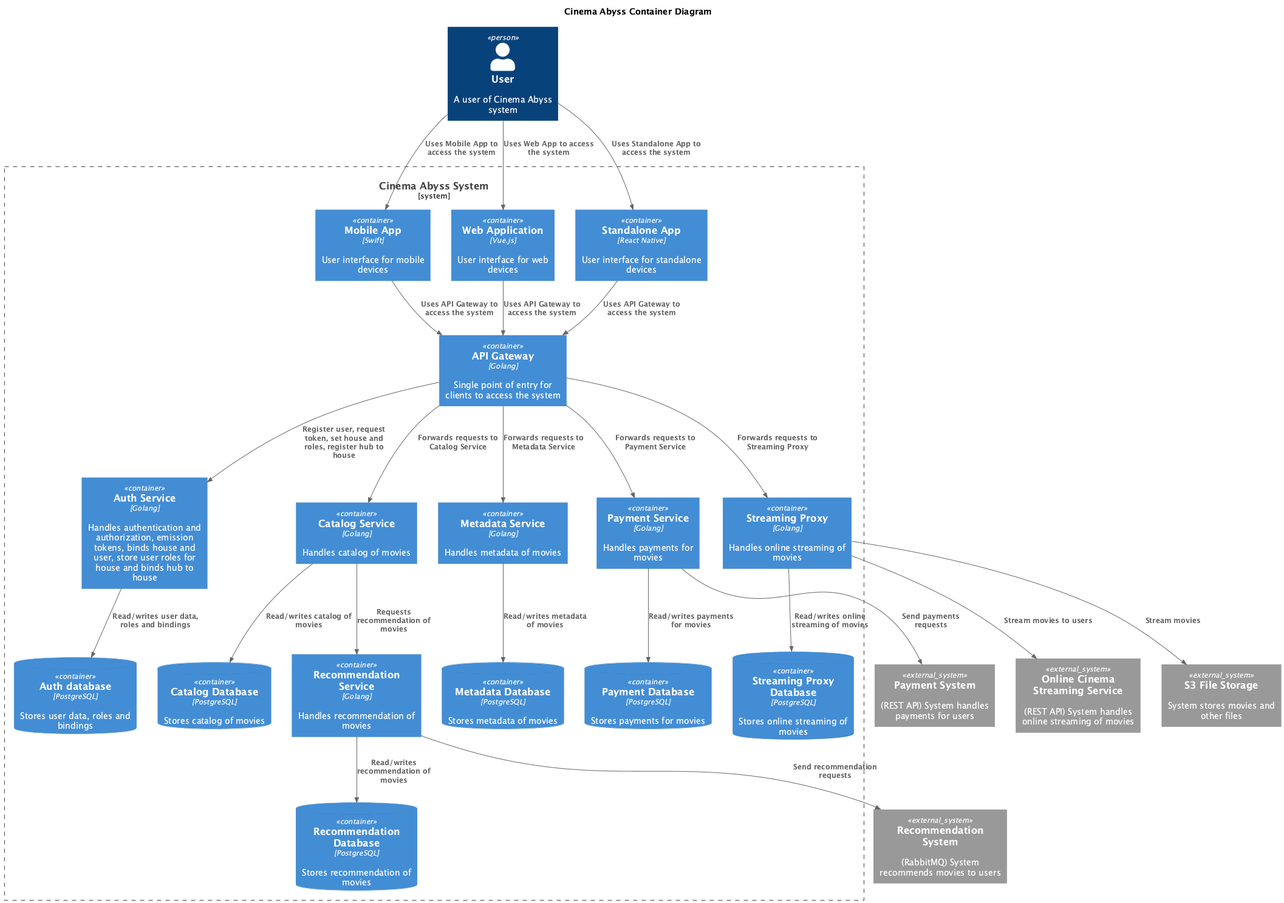
Earlier version of the PlantUML export schemes/Container.png (catinapoke/project-cinemaabyss). Source of this version:
```plantuml
@startuml
title Cinema Abyss Container Diagram

top to bottom direction
!includeurl https://raw.githubusercontent.com/RicardoNiepel/C4-PlantUML/master/C4_Container.puml


Person(User, "User", "A user of Cinema Abyss system")

System_Ext(RecommendationSystem, "Recommendation System", "(RabbitMQ) System recommends movies to users")
System_Ext(PaymentSystem, "Payment System", "(REST API) System handles payments for users")
System_Ext(OnlineStreamingService, "Online Cinema Streaming Service", "(REST API) System handles online streaming of movies")
System_Ext(FileStorage, "S3 File Storage", "System stores movies and other files")

System_Boundary(CinemaAbyss, "Cinema Abyss System") {
  Container(MobileApp, "Mobile App", "Swift", "User interface for mobile devices")
  Container(WebApp, "Web Application", "Vue.js", "User interface for web devices")
  Container(StandaloneApp, "Standalone App", "React Native", "User interface for standalone devices")

  Container(APIGateway, "API Gateway", "Golang", "Single point of entry for clients to access the system")

  Container(AuthService, "Auth Service", "Golang", "Handles authentication and authorization, emission tokens, binds house and user, store user roles for house and binds hub to house")
  ContainerDb(AuthDatabase, "Auth database", "PostgreSQL", "Stores user data, roles and bindings")


  Container(CatalogService, "Catalog Service", "Golang", "Handles catalog of movies")
  ContainerDb(CatalogDatabase, "Catalog Database", "PostgreSQL", "Stores catalog of movies")

  Container(MetadataService, "Metadata Service", "Golang", "Handles metadata of movies")
  ContainerDb(MetadataDatabase, "Metadata Database", "PostgreSQL", "Stores metadata of movies")

  Container(RecommendationService, "Recommendation Service", "Golang", "Handles recommendation of movies")
  ContainerDb(RecommendationDatabase, "Recommendation Database", "PostgreSQL", "Stores recommendation of movies")

  Container(PaymentService, "Payment Service", "Golang", "Handles payments for movies")
  ContainerDb(PaymentDatabase, "Payment Database", "PostgreSQL", "Stores payments for movies")

  Container(StreamingProxy, "Streaming Proxy", "Golang", "Handles online streaming of movies")
  ContainerDb(StreamingProxyDatabase, "Streaming Proxy Database", "PostgreSQL", "Stores online streaming of movies")
}

Rel(User, MobileApp, "Uses Mobile App to access the system")
Rel(User, WebApp, "Uses Web App to access the system")
Rel(User, StandaloneApp, "Uses Standalone App to access the system")

Rel(WebApp, APIGateway, "Uses API Gateway to access the system")
Rel(MobileApp, APIGateway, "Uses API Gateway to access the system")
Rel(StandaloneApp, APIGateway, "Uses API Gateway to access the system")

Rel(APIGateway, AuthService, "Register user, request token, set house and roles, register hub to house")
Rel(APIGateway, MetadataService, "Forwards requests to Metadata Service")
Rel(APIGateway, CatalogService, "Forwards requests to Catalog Service")
Rel(APIGateway, PaymentService, "Forwards requests to Payment Service")
Rel(APIGateway, StreamingProxy, "Forwards requests to Streaming Proxy")

Rel(CatalogService, RecommendationService, "Requests recommendation of movies")

Rel(AuthService, AuthDatabase, "Read/writes user data, roles and bindings")
Rel(MetadataService, MetadataDatabase, "Read/writes metadata of movies")
Rel(RecommendationService, RecommendationDatabase, "Read/writes recommendation of movies")
Rel(PaymentService, PaymentDatabase, "Read/writes payments for movies")
Rel(StreamingProxy, StreamingProxyDatabase, "Read/writes online streaming of movies")
Rel(CatalogService, CatalogDatabase, "Read/writes catalog of movies")

Rel(StreamingProxy, FileStorage, "Stream movies")
Rel(StreamingProxy, OnlineStreamingService, "Stream movies to users")

Rel(PaymentService, PaymentSystem, "Send payments requests")
Rel(RecommendationService, RecommendationSystem, "Send recommendation requests")
@enduml
```
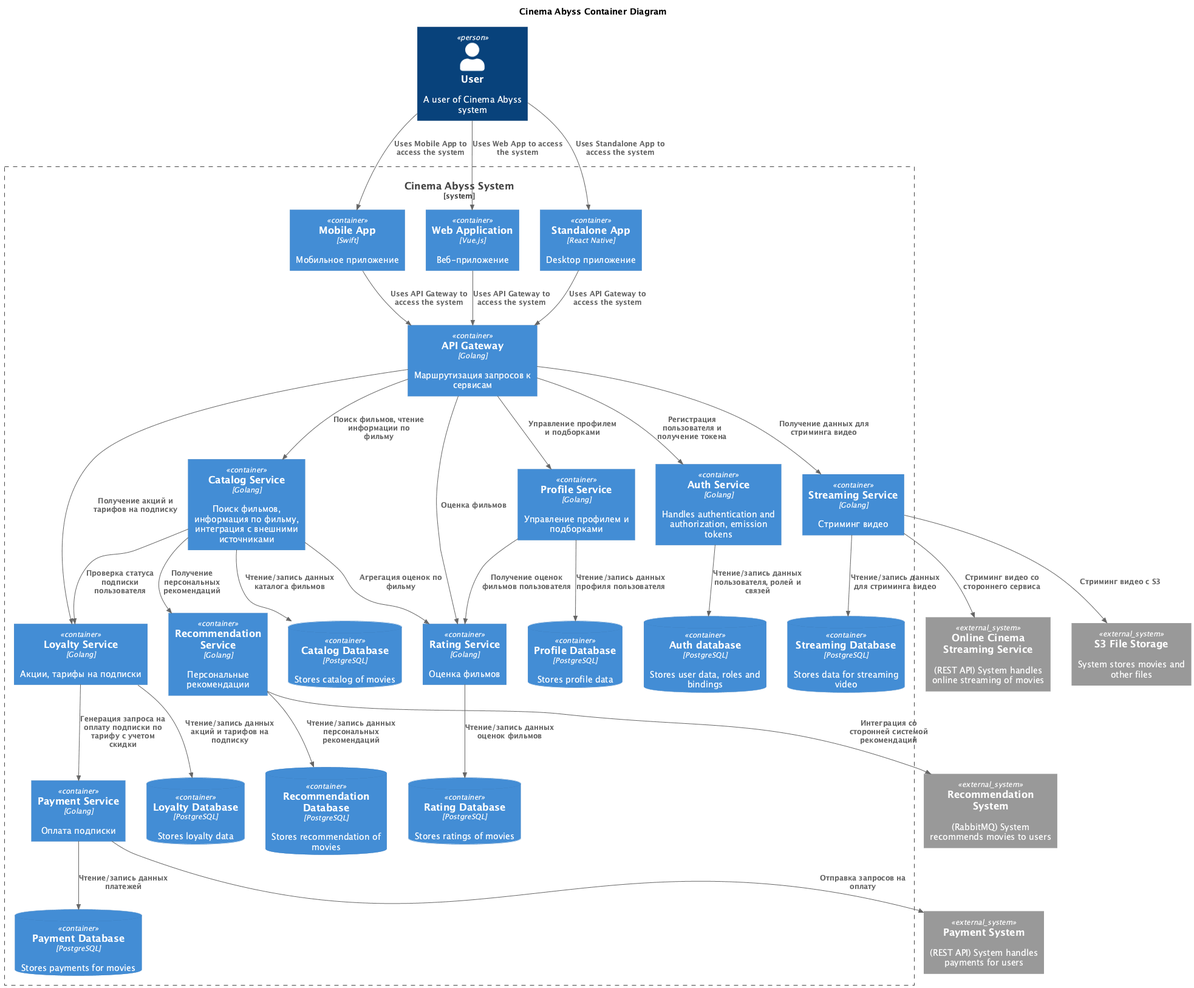
After the commit.

Commit message:
Поправил уровень контейнеров

The edit, as a diff of the source:
```diff
@@ -3,7 +3,6 @@
 
 top to bottom direction
 !includeurl https://raw.githubusercontent.com/RicardoNiepel/C4-PlantUML/master/C4_Container.puml
-
 
 Person(User, "User", "A user of Cinema Abyss system")
 
@@ -12,31 +11,37 @@
 System_Ext(OnlineStreamingService, "Online Cinema Streaming Service", "(REST API) System handles online streaming of movies")
 System_Ext(FileStorage, "S3 File Storage", "System stores movies and other files")
 
+
 System_Boundary(CinemaAbyss, "Cinema Abyss System") {
-  Container(MobileApp, "Mobile App", "Swift", "User interface for mobile devices")
-  Container(WebApp, "Web Application", "Vue.js", "User interface for web devices")
-  Container(StandaloneApp, "Standalone App", "React Native", "User interface for standalone devices")
+  Container(MobileApp, "Mobile App", "Swift", "Мобильное приложение")
+  Container(WebApp, "Web Application", "Vue.js", "Веб-приложение")
+  Container(StandaloneApp, "Standalone App", "React Native", "Desktop приложение")
 
-  Container(APIGateway, "API Gateway", "Golang", "Single point of entry for clients to access the system")
+  Container(APIGateway, "API Gateway", "Golang", "Маршрутизация запросов к сервисам")
 
-  Container(AuthService, "Auth Service", "Golang", "Handles authentication and authorization, emission tokens, binds house and user, store user roles for house and binds hub to house")
-  ContainerDb(AuthDatabase, "Auth database", "PostgreSQL", "Stores user data, roles and bindings")
-
-
-  Container(CatalogService, "Catalog Service", "Golang", "Handles catalog of movies")
+  Container(CatalogService, "Catalog Service", "Golang", "Поиск фильмов, информация по фильму, интеграция с внешними источниками")
   ContainerDb(CatalogDatabase, "Catalog Database", "PostgreSQL", "Stores catalog of movies")
 
-  Container(MetadataService, "Metadata Service", "Golang", "Handles metadata of movies")
-  ContainerDb(MetadataDatabase, "Metadata Database", "PostgreSQL", "Stores metadata of movies")
+  Container(StreamingService, "Streaming Service", "Golang", "Стриминг видео")
+  ContainerDb(StreamingDatabase, "Streaming Database", "PostgreSQL", "Stores data for streaming video")
 
-  Container(RecommendationService, "Recommendation Service", "Golang", "Handles recommendation of movies")
+  Container(RatingService, "Rating Service", "Golang", "Оценка фильмов")
+  ContainerDb(RatingDatabase, "Rating Database", "PostgreSQL", "Stores ratings of movies")
+
+  Container(ProfileService, "Profile Service", "Golang", "Управление профилем и подборками")
+  ContainerDb(ProfileDatabase, "Profile Database", "PostgreSQL", "Stores profile data")
+
+  Container(RecommendationService, "Recommendation Service", "Golang", "Персональные рекомендации")
   ContainerDb(RecommendationDatabase, "Recommendation Database", "PostgreSQL", "Stores recommendation of movies")
 
-  Container(PaymentService, "Payment Service", "Golang", "Handles payments for movies")
+  Container(LoyaltyService, "Loyalty Service", "Golang", "Акции, тарифы на подписки")
+  ContainerDb(LoyaltyDatabase, "Loyalty Database", "PostgreSQL", "Stores loyalty data")
+
+  Container(PaymentService, "Payment Service", "Golang", "Оплата подписки")
   ContainerDb(PaymentDatabase, "Payment Database", "PostgreSQL", "Stores payments for movies")
 
-  Container(StreamingProxy, "Streaming Proxy", "Golang", "Handles online streaming of movies")
-  ContainerDb(StreamingProxyDatabase, "Streaming Proxy Database", "PostgreSQL", "Stores online streaming of movies")
+  Container(AuthService, "Auth Service", "Golang", "Handles authentication and authorization, emission tokens")
+  ContainerDb(AuthDatabase, "Auth database", "PostgreSQL", "Stores user data, roles and bindings")
 }
 
 Rel(User, MobileApp, "Uses Mobile App to access the system")
@@ -47,24 +52,34 @@
 Rel(MobileApp, APIGateway, "Uses API Gateway to access the system")
 Rel(StandaloneApp, APIGateway, "Uses API Gateway to access the system")
 
-Rel(APIGateway, AuthService, "Register user, request token, set house and roles, register hub to house")
-Rel(APIGateway, MetadataService, "Forwards requests to Metadata Service")
-Rel(APIGateway, CatalogService, "Forwards requests to Catalog Service")
-Rel(APIGateway, PaymentService, "Forwards requests to Payment Service")
-Rel(APIGateway, StreamingProxy, "Forwards requests to Streaming Proxy")
+Rel(APIGateway, CatalogService, "Поиск фильмов, чтение информации по фильму")
+Rel(APIGateway, StreamingService, "Получение данных для стриминга видео")
+Rel(APIGateway, RatingService, "Оценка фильмов")
+Rel(APIGateway, ProfileService, "Управление профилем и подборками")
+Rel(APIGateway, LoyaltyService, "Получение акций и тарифов на подписку")
+Rel(APIGateway, AuthService, "Регистрация пользователя и получение токена")
 
-Rel(CatalogService, RecommendationService, "Requests recommendation of movies")
+Rel(CatalogService, LoyaltyService, "Проверка статуса подписки пользователя")
+Rel(CatalogService, RecommendationService, "Получение персональных рекомендаций")
 
-Rel(AuthService, AuthDatabase, "Read/writes user data, roles and bindings")
-Rel(MetadataService, MetadataDatabase, "Read/writes metadata of movies")
-Rel(RecommendationService, RecommendationDatabase, "Read/writes recommendation of movies")
-Rel(PaymentService, PaymentDatabase, "Read/writes payments for movies")
-Rel(StreamingProxy, StreamingProxyDatabase, "Read/writes online streaming of movies")
-Rel(CatalogService, CatalogDatabase, "Read/writes catalog of movies")
+Rel(AuthService, AuthDatabase, "Чтение/запись данных пользователя, ролей и связей")
+Rel(CatalogService, CatalogDatabase, "Чтение/запись данных каталога фильмов")
+Rel(RatingService, RatingDatabase, "Чтение/запись данных оценок фильмов")
+Rel(ProfileService, ProfileDatabase, "Чтение/запись данных профиля пользователя")
+Rel(RecommendationService, RecommendationDatabase, "Чтение/запись данных персональных рекомендаций")
+Rel(LoyaltyService, LoyaltyDatabase, "Чтение/запись данных акций и тарифов на подписку")
+Rel(PaymentService, PaymentDatabase, "Чтение/запись данных платежей")
+Rel(StreamingService, StreamingDatabase, "Чтение/запись данных для стриминга видео")
 
-Rel(StreamingProxy, FileStorage, "Stream movies")
-Rel(StreamingProxy, OnlineStreamingService, "Stream movies to users")
+Rel(ProfileService, RatingService, "Получение оценок фильмов пользователя")
+Rel(CatalogService, RatingService, "Агрегация оценок по фильму")
 
-Rel(PaymentService, PaymentSystem, "Send payments requests")
-Rel(RecommendationService, RecommendationSystem, "Send recommendation requests")
+Rel(StreamingService, FileStorage, "Стриминг видео с S3")
+Rel(StreamingService, OnlineStreamingService, "Стриминг видео со стороннего сервиса")
+
+Rel(LoyaltyService, PaymentService, "Генерация запроса на оплату подписки по тарифу с учетом скидки")
+
+Rel(PaymentService, PaymentSystem, "Отправка запросов на оплату")
+Rel(RecommendationService, RecommendationSystem, "Интеграция со сторонней системой рекомендаций")
+
 @enduml
```
